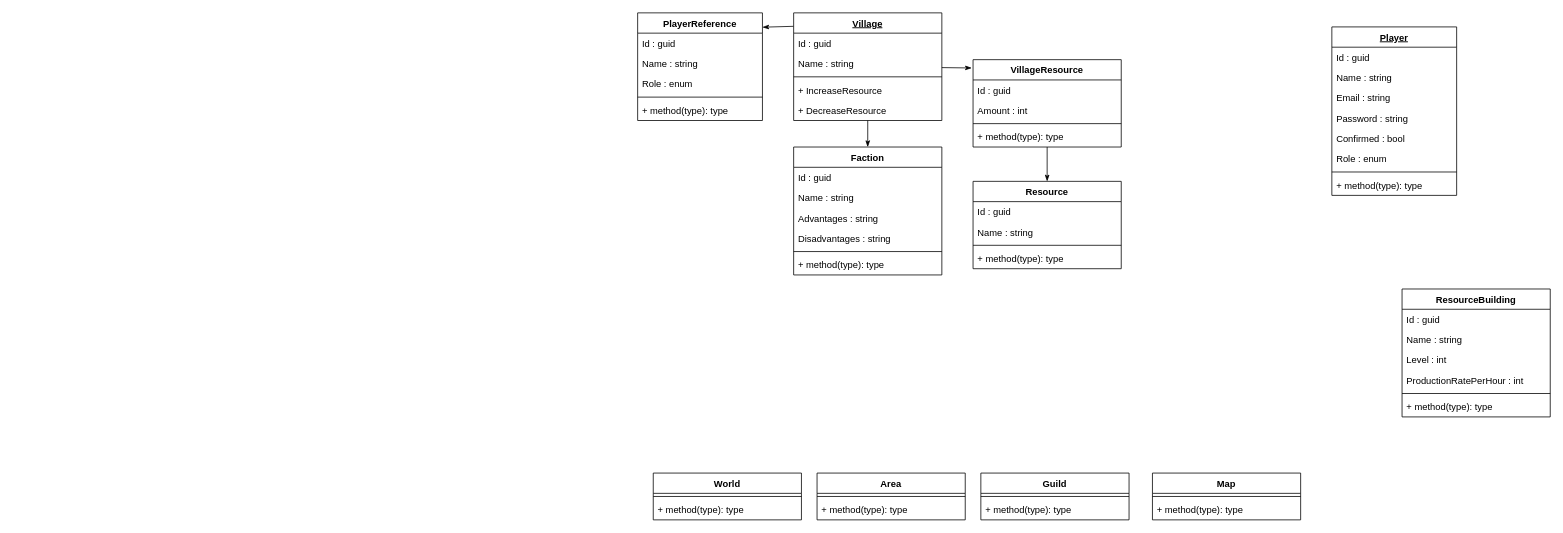
Earlier version of the draw.io diagram Documents/Models.drawio (AlirezaSabouei/Yooresh). Source tidied: cells renumbered, new cells numbered last; positions are measured from the earlier drawing's top-left corner, leaving out a move shared by most shapes. Both pictures are drawn from the tidied source at 78%, with x=0, y=0 at pixel (637, 12).
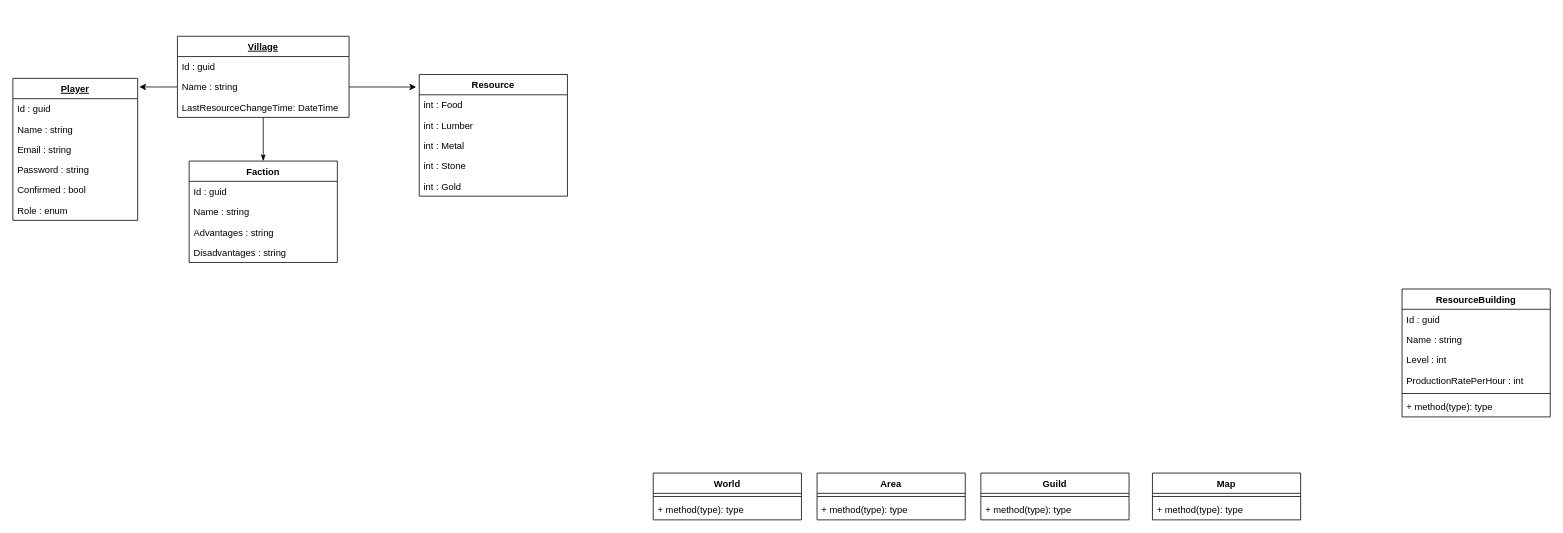
Above is the later version.

Commit message:
Updated Models Diagram

What changed in the source:
```diff
@@
     <mxCell id="2" value="Player" style="swimlane;fontStyle=5;align=center;verticalAlign=top;horizontal=1;startSize=26;" parent="1" vertex="1">
-      <mxGeometry x="890" y="18" width="160" height="216" as="geometry" />
+      <mxGeometry x="-801" y="84" width="160" height="182" as="geometry" />
     </mxCell>
@@
-    <mxCell id="9" style="line;strokeWidth=1;fillColor=none;align=left;verticalAlign=middle;spacingTop=-1;spacingLeft=3;spacingRight=3;labelPosition=right;" parent="2" vertex="1">
-      <mxGeometry y="182" width="160" height="8" as="geometry" />
-    </mxCell>
-    <mxCell id="10" value="+ method(type): type" style="text;strokeColor=none;fillColor=none;align=left;verticalAlign=top;spacingLeft=4;spacingRight=4;overflow=hidden;" parent="2" vertex="1">
-      <mxGeometry y="190" width="160" height="26" as="geometry" />
-    </mxCell>
-    <mxCell id="11" style="edgeStyle=none;rounded=0;sketch=0;jettySize=auto;html=1;startArrow=none;startFill=0;endArrow=classicThin;endFill=1;exitX=0;exitY=0.125;exitDx=0;exitDy=0;exitPerimeter=0;entryX=1;entryY=0.133;entryDx=0;entryDy=0;entryPerimeter=0;" parent="1" edge="1" source="14" target="54">
-      <mxGeometry relative="1" as="geometry" />
-    </mxCell>
@@
-    <mxCell id="13" style="edgeStyle=none;rounded=0;sketch=0;jettySize=auto;html=1;entryX=-0.009;entryY=0.095;entryDx=0;entryDy=0;entryPerimeter=0;startArrow=none;startFill=0;endArrow=classicThin;endFill=1;" parent="1" edge="1" source="14" target="33">
-      <mxGeometry relative="1" as="geometry" />
-    </mxCell>
     <mxCell id="14" value="Village" style="swimlane;fontStyle=5;align=center;verticalAlign=top;horizontal=1;startSize=26;" parent="1" vertex="1">
-      <mxGeometry x="200" width="190" height="138" as="geometry" />
+      <mxGeometry x="-590" y="30" width="220" height="104" as="geometry" />
     </mxCell>
     <mxCell id="15" value="Id : guid" style="text;strokeColor=none;fillColor=none;align=left;verticalAlign=top;spacingLeft=4;spacingRight=4;overflow=hidden;" parent="14" vertex="1">
-      <mxGeometry y="26" width="190" height="26" as="geometry" />
+      <mxGeometry y="26" width="220" height="26" as="geometry" />
     </mxCell>
     <mxCell id="16" value="Name : string" style="text;strokeColor=none;fillColor=none;align=left;verticalAlign=top;spacingLeft=4;spacingRight=4;overflow=hidden;points=[[0,0.5],[1,0.5]];portConstraint=eastwest;" parent="14" vertex="1">
-      <mxGeometry y="52" width="190" height="26" as="geometry" />
+      <mxGeometry y="52" width="220" height="26" as="geometry" />
     </mxCell>
-    <mxCell id="17" style="line;strokeWidth=1;fillColor=none;align=left;verticalAlign=middle;spacingTop=-1;spacingLeft=3;spacingRight=3;labelPosition=right;" parent="14" vertex="1">
-      <mxGeometry y="78" width="190" height="8" as="geometry" />
-    </mxCell>
-    <mxCell id="18" value="+ IncreaseResource&#10;" style="text;strokeColor=none;fillColor=none;align=left;verticalAlign=top;spacingLeft=4;spacingRight=4;overflow=hidden;" parent="14" vertex="1">
-      <mxGeometry y="86" width="190" height="26" as="geometry" />
-    </mxCell>
-    <mxCell id="19" value="+ DecreaseResource&#10;" style="text;strokeColor=none;fillColor=none;align=left;verticalAlign=top;spacingLeft=4;spacingRight=4;overflow=hidden;" parent="14" vertex="1">
-      <mxGeometry y="112" width="190" height="26" as="geometry" />
-    </mxCell>
+    <mxCell id="63" value="LastResourceChangeTime: DateTime" style="text;strokeColor=none;fillColor=none;align=left;verticalAlign=top;spacingLeft=4;spacingRight=4;overflow=hidden;" parent="14" vertex="1">
+      <mxGeometry y="78" width="220" height="26" as="geometry" />
+    </mxCell>
     <mxCell id="20" value="Faction" style="swimlane;fontStyle=1;align=center;verticalAlign=top;horizontal=1;startSize=26;" parent="1" vertex="1">
-      <mxGeometry x="200" y="172" width="190" height="164" as="geometry" />
+      <mxGeometry x="-575" y="190" width="190" height="130" as="geometry" />
     </mxCell>
@@
-    <mxCell id="25" style="line;strokeWidth=1;fillColor=none;align=left;verticalAlign=middle;spacingTop=-1;spacingLeft=3;spacingRight=3;labelPosition=right;" parent="20" vertex="1">
-      <mxGeometry y="130" width="190" height="8" as="geometry" />
-    </mxCell>
-    <mxCell id="26" value="+ method(type): type" style="text;strokeColor=none;fillColor=none;align=left;verticalAlign=top;spacingLeft=4;spacingRight=4;overflow=hidden;" parent="20" vertex="1">
-      <mxGeometry y="138" width="190" height="26" as="geometry" />
-    </mxCell>
     <mxCell id="27" value="Resource" style="swimlane;fontStyle=1;align=center;verticalAlign=top;horizontal=1;startSize=26;" parent="1" vertex="1">
-      <mxGeometry x="430" y="216" width="190" height="112" as="geometry" />
+      <mxGeometry x="-280" y="79" width="190" height="156" as="geometry" />
     </mxCell>
-    <mxCell id="28" value="Id : guid" style="text;strokeColor=none;fillColor=none;align=left;verticalAlign=top;spacingLeft=4;spacingRight=4;overflow=hidden;" parent="27" vertex="1">
+    <mxCell id="28" value="int : Food" style="text;strokeColor=none;fillColor=none;align=left;verticalAlign=top;spacingLeft=4;spacingRight=4;overflow=hidden;" parent="27" vertex="1">
       <mxGeometry y="26" width="190" height="26" as="geometry" />
     </mxCell>
+    <mxCell id="64" value="int : Lumber" style="text;strokeColor=none;fillColor=none;align=left;verticalAlign=top;spacingLeft=4;spacingRight=4;overflow=hidden;" parent="27" vertex="1">
+      <mxGeometry y="52" width="190" height="26" as="geometry" />
+    </mxCell>
+    <mxCell id="65" value="int : Metal" style="text;strokeColor=none;fillColor=none;align=left;verticalAlign=top;spacingLeft=4;spacingRight=4;overflow=hidden;" parent="27" vertex="1">
+      <mxGeometry y="78" width="190" height="26" as="geometry" />
+    </mxCell>
-    <mxCell id="29" value="Name : string" style="text;strokeColor=none;fillColor=none;align=left;verticalAlign=top;spacingLeft=4;spacingRight=4;overflow=hidden;" parent="27" vertex="1">
-      <mxGeometry y="52" width="190" height="26" as="geometry" />
+    <mxCell id="29" value="int : Stone" style="text;strokeColor=none;fillColor=none;align=left;verticalAlign=top;spacingLeft=4;spacingRight=4;overflow=hidden;" parent="27" vertex="1">
+      <mxGeometry y="104" width="190" height="26" as="geometry" />
     </mxCell>
-    <mxCell id="30" style="line;strokeWidth=1;fillColor=none;align=left;verticalAlign=middle;spacingTop=-1;spacingLeft=3;spacingRight=3;labelPosition=right;" parent="27" vertex="1">
-      <mxGeometry y="78" width="190" height="8" as="geometry" />
-    </mxCell>
-    <mxCell id="31" value="+ method(type): type" style="text;strokeColor=none;fillColor=none;align=left;verticalAlign=top;spacingLeft=4;spacingRight=4;overflow=hidden;" parent="27" vertex="1">
-      <mxGeometry y="86" width="190" height="26" as="geometry" />
-    </mxCell>
-    <mxCell id="32" style="edgeStyle=none;rounded=0;sketch=0;jettySize=auto;html=1;entryX=0.5;entryY=0;entryDx=0;entryDy=0;startArrow=none;startFill=0;endArrow=classicThin;endFill=1;" parent="1" edge="1" source="33" target="27">
-      <mxGeometry relative="1" as="geometry" />
-    </mxCell>
-    <mxCell id="33" value="VillageResource" style="swimlane;fontStyle=1;align=center;verticalAlign=top;horizontal=1;startSize=26;" parent="1" vertex="1">
-      <mxGeometry x="430" y="60" width="190" height="112" as="geometry" />
-    </mxCell>
-    <mxCell id="34" value="Id : guid" style="text;strokeColor=none;fillColor=none;align=left;verticalAlign=top;spacingLeft=4;spacingRight=4;overflow=hidden;" parent="33" vertex="1">
-      <mxGeometry y="26" width="190" height="26" as="geometry" />
-    </mxCell>
-    <mxCell id="35" value="Amount : int" style="text;strokeColor=none;fillColor=none;align=left;verticalAlign=top;spacingLeft=4;spacingRight=4;overflow=hidden;" parent="33" vertex="1">
-      <mxGeometry y="52" width="190" height="26" as="geometry" />
-    </mxCell>
-    <mxCell id="36" style="line;strokeWidth=1;fillColor=none;align=left;verticalAlign=middle;spacingTop=-1;spacingLeft=3;spacingRight=3;labelPosition=right;" parent="33" vertex="1">
-      <mxGeometry y="78" width="190" height="8" as="geometry" />
-    </mxCell>
-    <mxCell id="37" value="+ method(type): type" style="text;strokeColor=none;fillColor=none;align=left;verticalAlign=top;spacingLeft=4;spacingRight=4;overflow=hidden;" parent="33" vertex="1">
-      <mxGeometry y="86" width="190" height="26" as="geometry" />
-    </mxCell>
+    <mxCell id="66" value="int : Gold" style="text;strokeColor=none;fillColor=none;align=left;verticalAlign=top;spacingLeft=4;spacingRight=4;overflow=hidden;" parent="27" vertex="1">
+      <mxGeometry y="130" width="190" height="26" as="geometry" />
+    </mxCell>
@@
-    <mxCell id="54" value="PlayerReference" style="swimlane;fontStyle=1;align=center;verticalAlign=top;horizontal=1;startSize=26;" parent="1" vertex="1">
-      <mxGeometry width="160" height="138" as="geometry" />
-    </mxCell>
-    <mxCell id="55" value="Id : guid" style="text;strokeColor=none;fillColor=none;align=left;verticalAlign=top;spacingLeft=4;spacingRight=4;overflow=hidden;" parent="54" vertex="1">
-      <mxGeometry y="26" width="160" height="26" as="geometry" />
-    </mxCell>
-    <mxCell id="56" value="Name : string    " style="text;strokeColor=none;fillColor=none;align=left;verticalAlign=top;spacingLeft=4;spacingRight=4;overflow=hidden;" parent="54" vertex="1">
-      <mxGeometry y="52" width="160" height="26" as="geometry" />
-    </mxCell>
-    <mxCell id="57" value="Role : enum" style="text;strokeColor=none;fillColor=none;align=left;verticalAlign=top;spacingLeft=4;spacingRight=4;overflow=hidden;rounded=0;" parent="54" vertex="1">
-      <mxGeometry y="78" width="160" height="26" as="geometry" />
-    </mxCell>
-    <mxCell id="58" style="line;strokeWidth=1;fillColor=none;align=left;verticalAlign=middle;spacingTop=-1;spacingLeft=3;spacingRight=3;labelPosition=right;" parent="54" vertex="1">
-      <mxGeometry y="104" width="160" height="8" as="geometry" />
-    </mxCell>
-    <mxCell id="59" value="+ method(type): type" style="text;strokeColor=none;fillColor=none;align=left;verticalAlign=top;spacingLeft=4;spacingRight=4;overflow=hidden;" parent="54" vertex="1">
-      <mxGeometry y="112" width="160" height="26" as="geometry" />
-    </mxCell>
@@
+    <mxCell id="67" style="edgeStyle=orthogonalEdgeStyle;rounded=0;jettySize=auto;html=1;exitX=1;exitY=0.5;exitDx=0;exitDy=0;entryX=-0.021;entryY=0.103;entryDx=0;entryDy=0;entryPerimeter=0;" parent="1" edge="1" source="16" target="27">
+      <mxGeometry relative="1" as="geometry" />
+    </mxCell>
+    <mxCell id="68" style="edgeStyle=orthogonalEdgeStyle;rounded=0;jettySize=auto;html=1;entryX=1.013;entryY=0.06;entryDx=0;entryDy=0;entryPerimeter=0;" parent="1" edge="1" source="16" target="2">
+      <mxGeometry relative="1" as="geometry" />
+    </mxCell>
```
